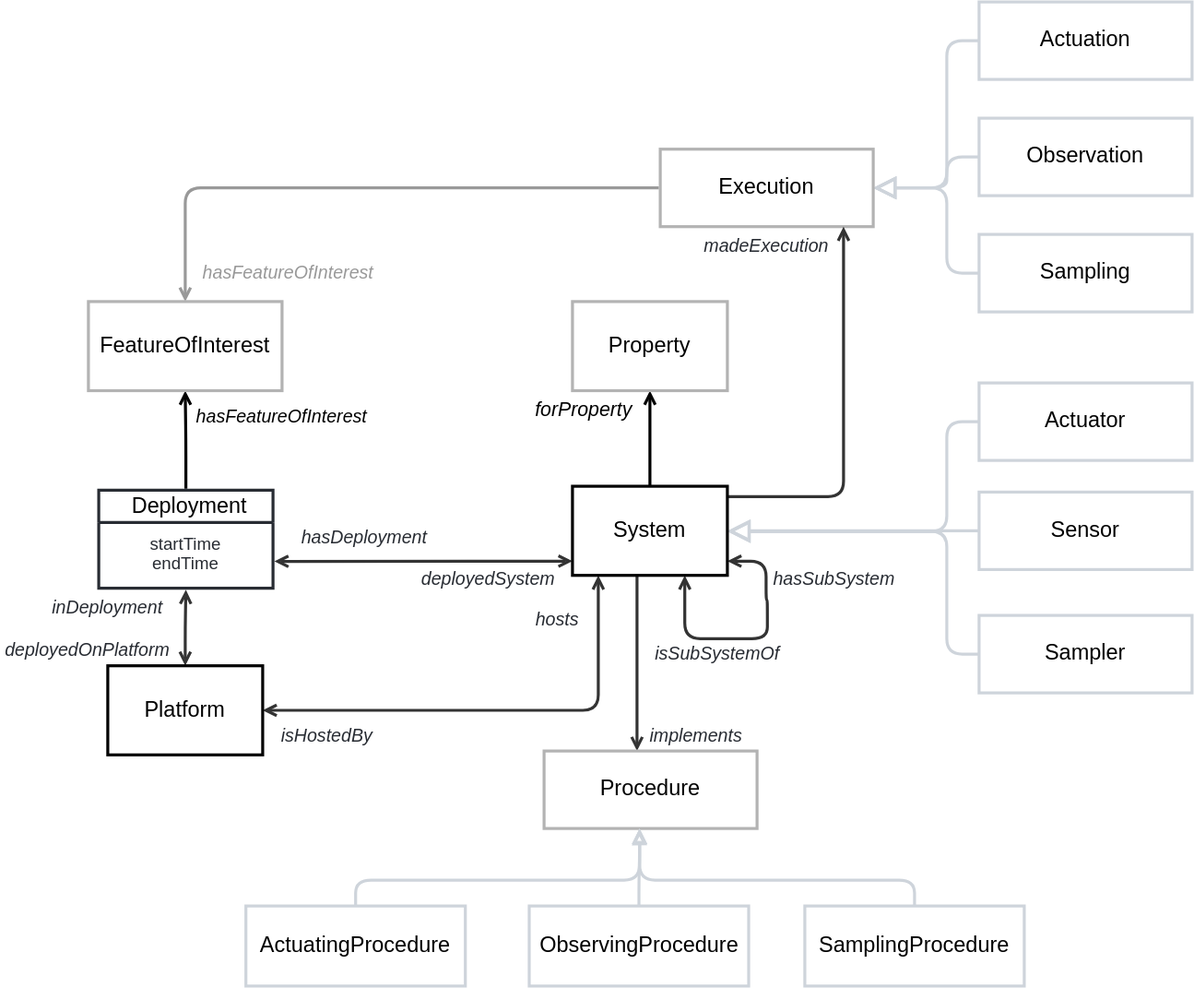
Earlier version of the draw.io export ssn/images/System.svg (afeliachi/sdw-sosa-ssn). Source tidied: cells renumbered, new cells last; positions are measured from the earlier drawing's top-left corner, leaving out a move shared by most shapes.
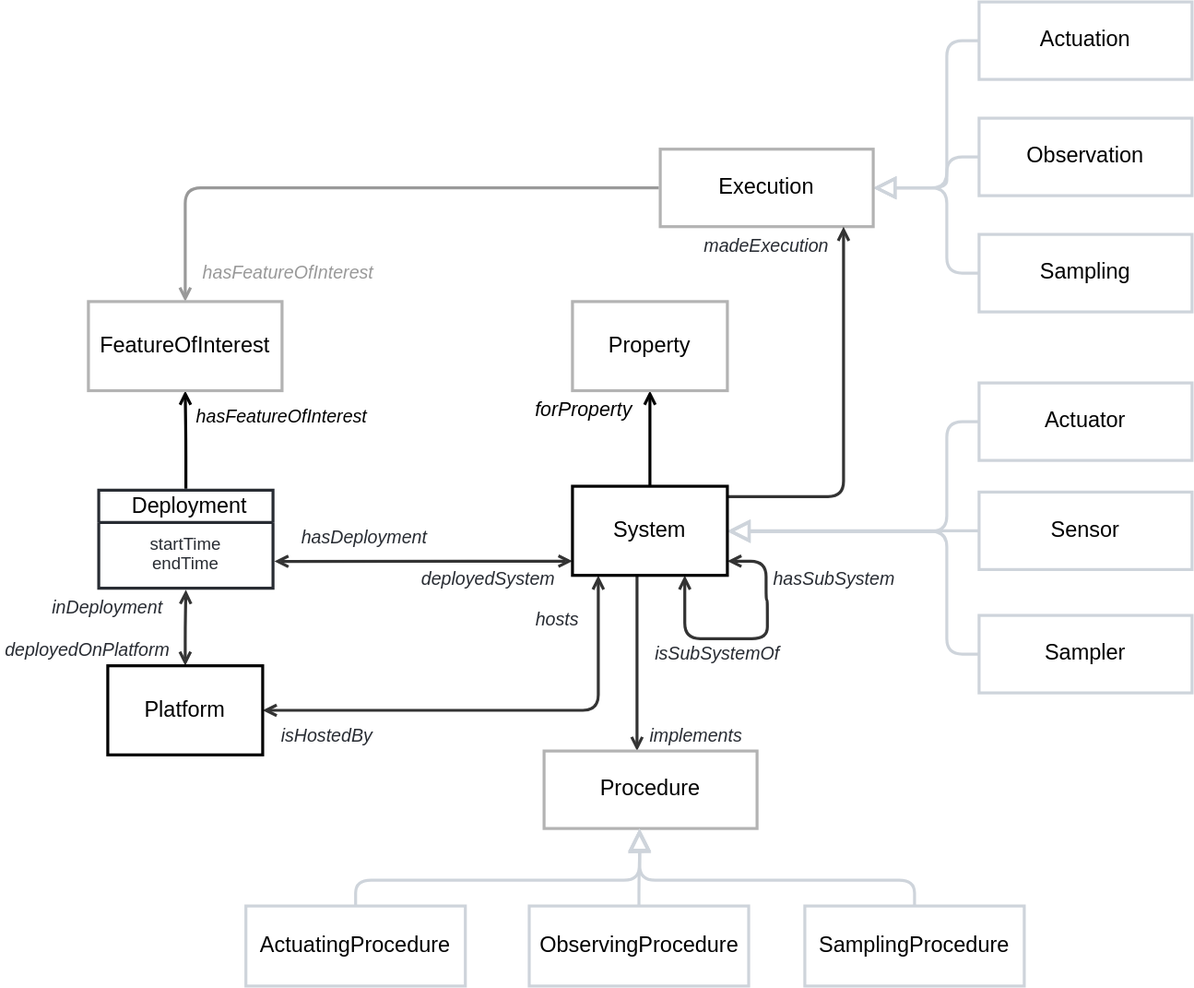
After the change.

Commit message:
Caption for Execution explains that Execution specializations must be matched with Procedure and System specializations

Diff of the diagram source:
```diff
@@ -188,7 +188,7 @@
     <mxCell id="46" value="SamplingProcedure" style="html=1;overflow=block;blockSpacing=1;whiteSpace=wrap;fontSize=16.8;align=center;spacing=0;strokeColor=#ced4db;strokeOpacity=100;fillColor=none;strokeWidth=2.3;swimlaneFillColor=none;" parent="1" vertex="1">
       <mxGeometry x="623" y="700" width="170" height="62" as="geometry" />
     </mxCell>
-    <mxCell id="47" style="html=1;jettySize=18;whiteSpace=wrap;fontSize=13;strokeColor=#ced4db;strokeOpacity=100;strokeWidth=2.3;rounded=1;arcSize=24;edgeStyle=orthogonalEdgeStyle;startArrow=none;lucidId=vH7gRg6P1TfJ;endArrow=block;endFill=0;" parent="1" edge="1" source="44" target="41">
+    <mxCell id="47" style="html=1;jettySize=18;whiteSpace=wrap;fontSize=13;strokeColor=#ced4db;strokeOpacity=100;strokeWidth=2.3;rounded=1;arcSize=24;edgeStyle=orthogonalEdgeStyle;startArrow=none;lucidId=vH7gRg6P1TfJ;endArrow=block;endFill=0;endSize=12;" parent="1" edge="1" source="44" target="41">
       <mxGeometry relative="1" as="geometry">
         <Array as="points">
           <mxPoint x="275" y="680" />
@@ -196,7 +196,7 @@
         </Array>
       </mxGeometry>
     </mxCell>
-    <mxCell id="48" style="html=1;jettySize=18;whiteSpace=wrap;fontSize=13;strokeColor=#ced4db;strokeOpacity=100;strokeWidth=2.3;rounded=1;arcSize=24;edgeStyle=orthogonalEdgeStyle;startArrow=none;lucidId=vH7gRg6P1TfJ;endArrow=block;endFill=0;" parent="1" edge="1" source="46" target="41">
+    <mxCell id="48" style="html=1;jettySize=18;whiteSpace=wrap;fontSize=13;strokeColor=#ced4db;strokeOpacity=100;strokeWidth=2.3;rounded=1;arcSize=24;edgeStyle=orthogonalEdgeStyle;startArrow=none;lucidId=vH7gRg6P1TfJ;endArrow=block;endFill=0;jumpSize=6;endSize=12;" parent="1" edge="1" source="46" target="41">
       <mxGeometry relative="1" as="geometry">
         <Array as="points">
           <mxPoint x="708" y="680" />
@@ -204,7 +204,7 @@
         </Array>
       </mxGeometry>
     </mxCell>
-    <mxCell id="49" style="html=1;jettySize=18;whiteSpace=wrap;fontSize=13;strokeColor=#ced4db;strokeOpacity=100;strokeWidth=2.3;rounded=1;arcSize=24;edgeStyle=orthogonalEdgeStyle;startArrow=none;lucidId=vH7gRg6P1TfJ;endArrow=block;endFill=0;entryX=0.447;entryY=1.018;entryDx=0;entryDy=0;entryPerimeter=0;curved=0;" parent="1" edge="1" source="45" target="41">
+    <mxCell id="49" style="html=1;jettySize=18;whiteSpace=wrap;fontSize=13;strokeColor=#ced4db;strokeOpacity=100;strokeWidth=2.3;rounded=1;arcSize=24;edgeStyle=orthogonalEdgeStyle;startArrow=none;lucidId=vH7gRg6P1TfJ;endArrow=block;endFill=0;entryX=0.447;entryY=1.018;entryDx=0;entryDy=0;entryPerimeter=0;curved=0;endSize=12;" parent="1" edge="1" source="45" target="41">
       <mxGeometry relative="1" as="geometry">
         <Array as="points">
           <mxPoint x="495" y="680" />
```
